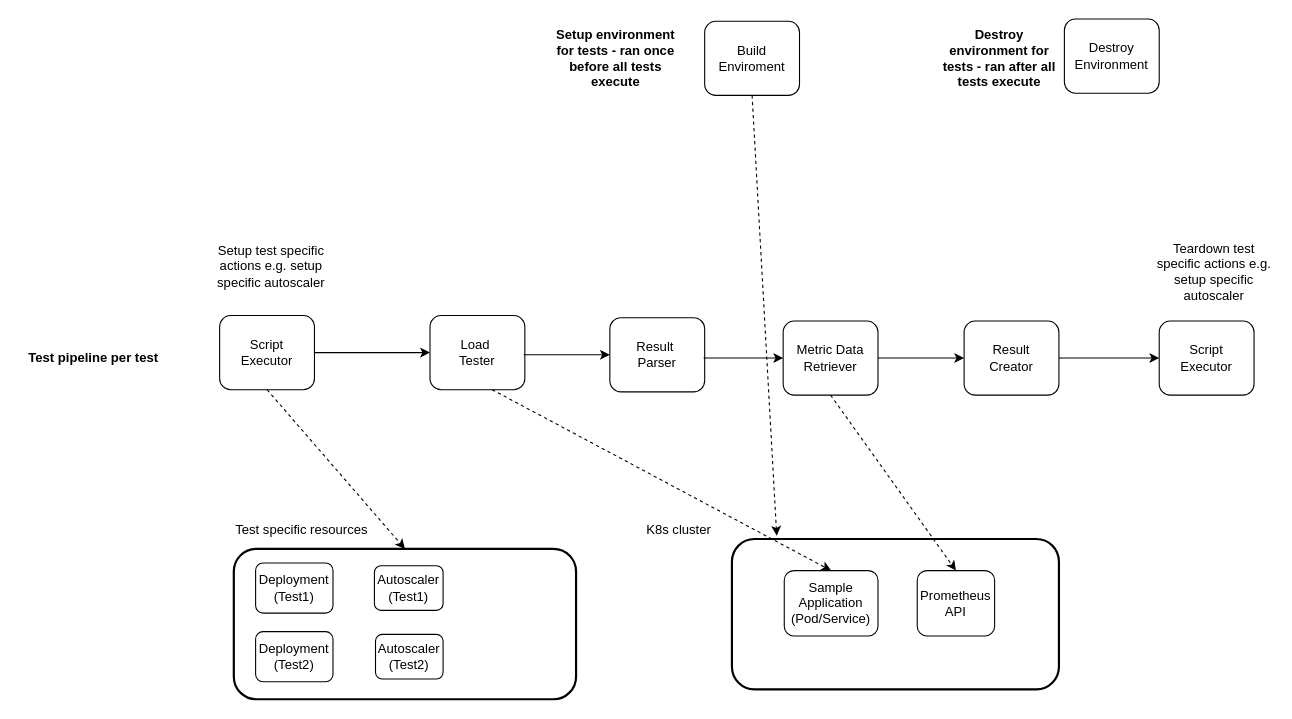
kerrystack/msc-project keeps this draw.io diagram as testframework.drawio. Above is the earlier version. Source tidied: cells renumbered, new cells numbered last; positions are measured from the earlier drawing's top-left corner, leaving out a move shared by most shapes. Both pictures are drawn from the tidied source at 109%, with x=0, y=0 at pixel (19, 19).
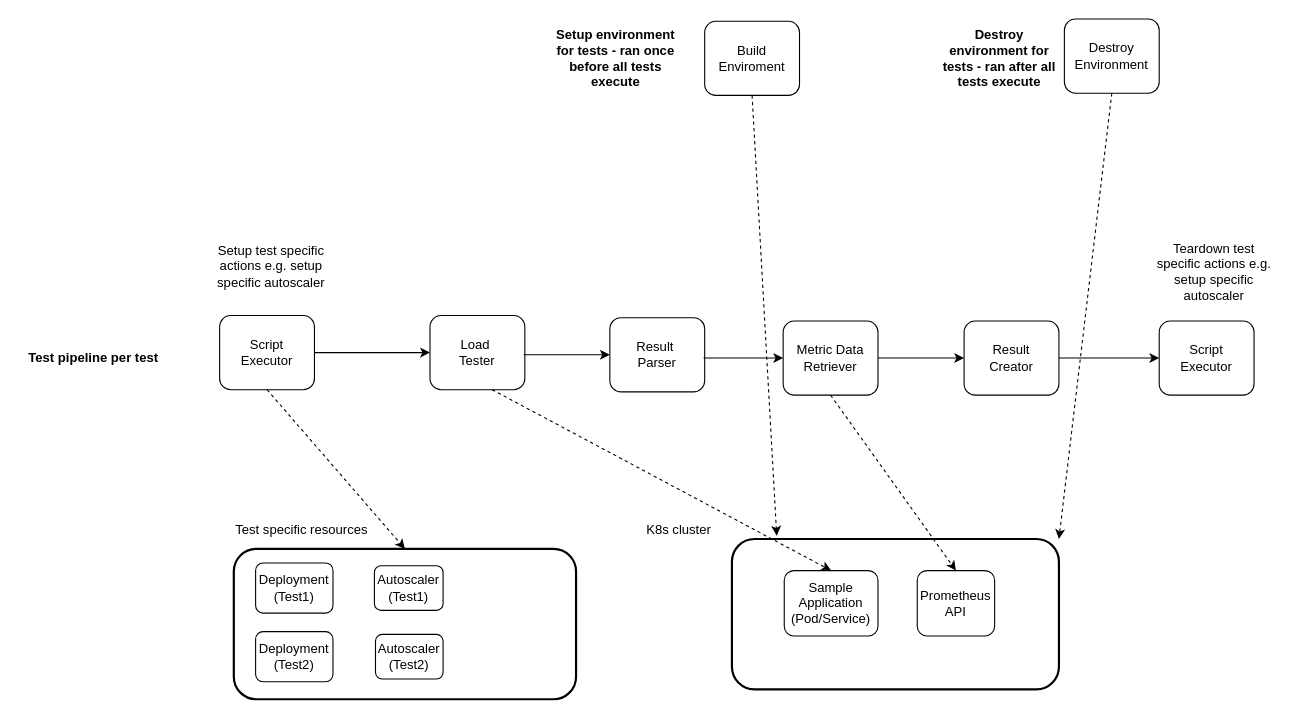
After the change.

The change refers to these unchanged cells:
```xml
<mxCell id="17" style="rounded=1;whiteSpace=wrap;html=1;fillColor=none;strokeWidth=2;" parent="1" vertex="1">
  <mxGeometry x="654" y="477" width="300" height="138" as="geometry" />
</mxCell>
<mxCell id="31" value="Destroy Environment" style="rounded=1;whiteSpace=wrap;html=1;" parent="1" vertex="1">
  <mxGeometry x="959" width="87" height="68" as="geometry" />
</mxCell>
```

Change to the diagram source:
```diff
@@
+    <mxCell id="34" style="endArrow=classic;html=1;rounded=0;exitX=0.5;exitY=1;exitDx=0;exitDy=0;entryX=1;entryY=0;entryDx=0;entryDy=0;dashed=1;" parent="1" edge="1" source="31" target="17">
+      <mxGeometry relative="1" as="geometry" />
+    </mxCell>
```
